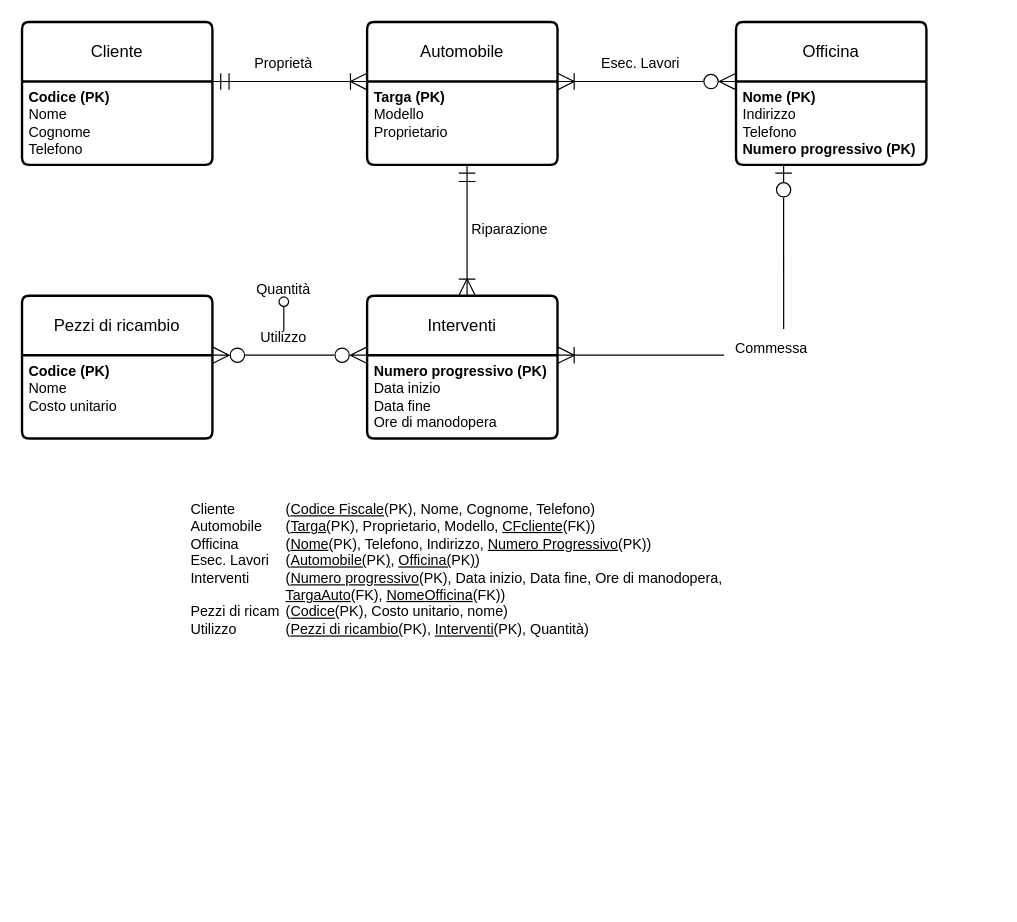
The draw.io diagram Draw.io/04-Officina.drawio in RossiAnto/Progetti-Quinta, before the edit. Source tidied: cells renumbered, new cells numbered last; positions are measured from the earlier drawing's top-left corner, leaving out a move shared by most shapes. Both pictures are drawn from the tidied source at 119%, with x=0, y=0 at pixel (21, 21).
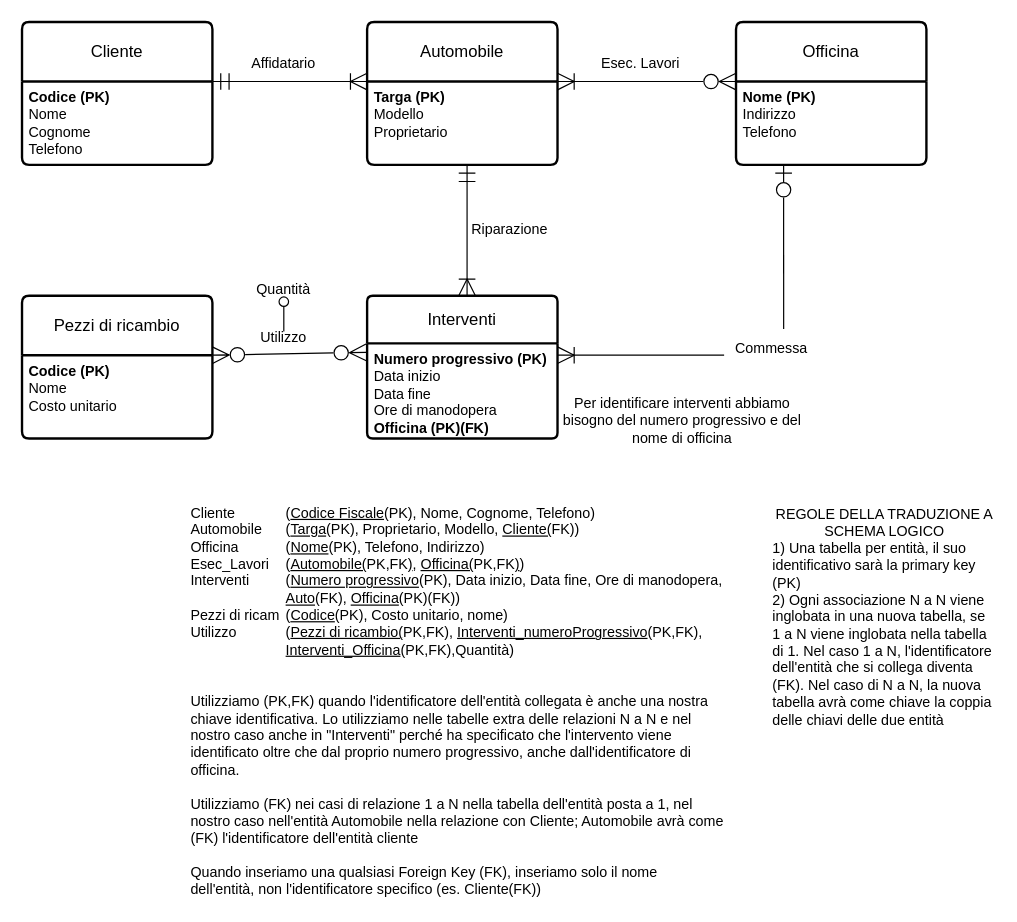
The same diagram, later.

Unchanged cells that the change refers to:
```xml
<mxCell id="8" value="Officina" style="swimlane;horizontal=1;startSize=50;rounded=1;fontSize=14;fontStyle=0;strokeWidth=2;shadow=0;dashed=0;align=center;arcSize=4;whiteSpace=wrap;html=1;" parent="1" vertex="1">
  <mxGeometry x="600" width="160" height="120" as="geometry" />
</mxCell>
```

Change to the diagram source:
```diff
@@
-    <mxCell id="7" value="Proprietà" style="text;html=1;align=center;verticalAlign=middle;whiteSpace=wrap;rounded=0;" parent="1" vertex="1">
+    <mxCell id="7" value="Affidatario" style="text;html=1;align=center;verticalAlign=middle;whiteSpace=wrap;rounded=0;" parent="1" vertex="1">
       <mxGeometry x="190" y="20" width="60" height="30" as="geometry" />
     </mxCell>
@@
-    <mxCell id="9" value="&lt;b&gt;Nome (PK)&lt;/b&gt;&lt;div&gt;Indirizzo&lt;/div&gt;&lt;div&gt;Telefono&lt;/div&gt;&lt;div&gt;&lt;b&gt;Numero progressivo (PK)&lt;/b&gt;&lt;/div&gt;" style="align=left;strokeColor=none;fillColor=none;spacingLeft=4;fontSize=12;verticalAlign=top;html=1;" parent="8" vertex="1">
+    <mxCell id="9" value="&lt;b&gt;Nome (PK)&lt;/b&gt;&lt;div&gt;Indirizzo&lt;/div&gt;&lt;div&gt;Telefono&lt;/div&gt;" style="align=left;strokeColor=none;fillColor=none;spacingLeft=4;fontSize=12;verticalAlign=top;html=1;" parent="8" vertex="1">
       <mxGeometry y="50" width="160" height="70" as="geometry" />
     </mxCell>
@@
-    <mxCell id="12" value="Interventi" style="swimlane;horizontal=1;startSize=50;rounded=1;fontSize=14;fontStyle=0;strokeWidth=2;shadow=0;dashed=0;align=center;arcSize=4;whiteSpace=wrap;html=1;" parent="1" vertex="1">
+    <mxCell id="12" value="Interventi" style="swimlane;horizontal=1;startSize=40;rounded=1;fontSize=14;fontStyle=0;strokeWidth=2;shadow=0;dashed=0;align=center;arcSize=4;whiteSpace=wrap;html=1;" parent="1" vertex="1">
       <mxGeometry x="290" y="230" width="160" height="120" as="geometry" />
     </mxCell>
-    <mxCell id="13" value="&lt;b&gt;Numero progressivo (PK)&lt;/b&gt;&lt;div&gt;Data inizio&lt;div&gt;Data fine&lt;/div&gt;&lt;div&gt;Ore di manodopera&lt;/div&gt;&lt;/div&gt;" style="align=left;strokeColor=none;fillColor=none;spacingLeft=4;fontSize=12;verticalAlign=top;html=1;" parent="12" vertex="1">
-      <mxGeometry y="50" width="160" height="70" as="geometry" />
+    <mxCell id="13" value="&lt;b&gt;Numero progressivo (PK)&lt;/b&gt;&lt;div&gt;Data inizio&lt;div&gt;Data fine&lt;/div&gt;&lt;div&gt;Ore di manodopera&lt;/div&gt;&lt;/div&gt;&lt;div&gt;&lt;b&gt;Officina (PK)(FK)&lt;/b&gt;&lt;/div&gt;" style="align=left;strokeColor=none;fillColor=none;spacingLeft=4;fontSize=12;verticalAlign=top;html=1;" parent="12" vertex="1">
+      <mxGeometry y="40" width="160" height="80" as="geometry" />
     </mxCell>
@@
-    <mxCell id="18" style="endArrow=ERzeroToMany;html=1;rounded=0;entryX=0;entryY=0;entryDx=0;entryDy=0;endSize=12;startSize=12;startArrow=ERzeroToMany;startFill=0;endFill=0;" parent="1" edge="1" target="13">
+    <mxCell id="18" style="endArrow=ERzeroToMany;html=1;rounded=0;entryX=-0.005;entryY=0.095;entryDx=0;entryDy=0;endSize=12;startSize=12;startArrow=ERzeroToMany;startFill=0;endFill=0;entryPerimeter=0;" parent="1" edge="1" target="13">
       <mxGeometry relative="1" as="geometry">
         <mxPoint x="160" y="280" as="sourcePoint" />
       </mxGeometry>
     </mxCell>
@@
-    <mxCell id="25" value="Cliente &lt;span style=&quot;white-space: pre;&quot;&gt;&#9;&lt;span style=&quot;white-space: pre;&quot;&gt;&#9;&lt;/span&gt;&lt;/span&gt;(&lt;u&gt;Codice Fiscale&lt;/u&gt;(PK), Nome, Cognome, Telefono)&lt;div&gt;Automobile &lt;span style=&quot;white-space: pre;&quot;&gt;&#9;&lt;/span&gt;(&lt;u&gt;Targa&lt;/u&gt;(PK), Proprietario, Modello, &lt;u&gt;CFcliente&lt;/u&gt;(FK))&lt;/div&gt;&lt;div&gt;Officina &lt;span style=&quot;white-space: pre;&quot;&gt;&#9;&lt;/span&gt;&lt;span style=&quot;white-space: pre;&quot;&gt;&#9;&lt;/span&gt;(&lt;u&gt;Nome&lt;/u&gt;(PK), Telefono, Indirizzo, &lt;u&gt;Numero Progressivo&lt;/u&gt;(PK))&lt;/div&gt;&lt;div&gt;Esec. Lavori &lt;span style=&quot;white-space: pre;&quot;&gt;&#9;&lt;/span&gt;(&lt;u&gt;Automobile(&lt;/u&gt;PK&lt;u&gt;)&lt;/u&gt;, &lt;u&gt;Officina(&lt;/u&gt;PK&lt;u&gt;)&lt;/u&gt;)&lt;/div&gt;&lt;div&gt;Interventi &lt;span style=&quot;white-space: pre;&quot;&gt;&#9;&lt;/span&gt;(&lt;u&gt;Numero progressivo&lt;/u&gt;(PK), Data inizio, Data fine, Ore di manodopera, &lt;span style=&quot;white-space: pre;&quot;&gt;&#9;&lt;/span&gt;&lt;span style=&quot;white-space: pre;&quot;&gt;&#9;&lt;/span&gt;&lt;span style=&quot;white-space: pre;&quot;&gt;&#9;&lt;/span&gt;&lt;u&gt;TargaAuto&lt;/u&gt;(FK), &lt;u&gt;NomeOfficina&lt;/u&gt;(FK))&lt;/div&gt;&lt;div&gt;Pezzi di ricam&lt;span style=&quot;white-space: pre;&quot;&gt;&#9;&lt;/span&gt;(&lt;u&gt;Codice&lt;/u&gt;(PK), Costo unitario, nome)&lt;span style=&quot;white-space: pre;&quot;&gt;&lt;/span&gt;&lt;/div&gt;&lt;div&gt;Utilizzo&lt;span style=&quot;white-space: pre;&quot;&gt;&#9;&lt;/span&gt;&lt;span style=&quot;white-space: pre;&quot;&gt;&#9;&lt;/span&gt;(&lt;u&gt;Pezzi di ricambio(&lt;/u&gt;PK), &lt;u&gt;Interventi&lt;/u&gt;(PK), Quantità)&lt;/div&gt;" style="text;html=1;align=left;verticalAlign=middle;whiteSpace=wrap;rounded=0;" parent="1" vertex="1">
-      <mxGeometry x="140" y="400" width="450" height="120" as="geometry" />
+    <mxCell id="25" value="Cliente &lt;span style=&quot;white-space: pre;&quot;&gt;&#9;&lt;span style=&quot;white-space: pre;&quot;&gt;&#9;&lt;/span&gt;&lt;/span&gt;(&lt;u&gt;Codice Fiscale&lt;/u&gt;(PK), Nome, Cognome, Telefono)&lt;div&gt;Automobile &lt;span style=&quot;white-space: pre;&quot;&gt;&#9;&lt;/span&gt;(&lt;u&gt;Targa&lt;/u&gt;(PK), Proprietario, Modello, &lt;u&gt;Cliente(&lt;/u&gt;FK))&lt;/div&gt;&lt;div&gt;Officina &lt;span style=&quot;white-space: pre;&quot;&gt;&#9;&lt;/span&gt;&lt;span style=&quot;white-space: pre;&quot;&gt;&#9;&lt;/span&gt;(&lt;u&gt;Nome&lt;/u&gt;(PK), Telefono, Indirizzo)&lt;/div&gt;&lt;div&gt;Esec_Lavori &lt;span style=&quot;white-space: pre;&quot;&gt;&#9;&lt;/span&gt;(&lt;u&gt;Automobile(&lt;/u&gt;PK,FK&lt;u&gt;)&lt;/u&gt;, &lt;u&gt;Officina(&lt;/u&gt;PK,FK&lt;u&gt;)&lt;/u&gt;)&lt;/div&gt;&lt;div&gt;Interventi &lt;span style=&quot;white-space: pre;&quot;&gt;&#9;&lt;/span&gt;(&lt;u&gt;Numero progressivo&lt;/u&gt;(PK), Data inizio, Data fine, Ore di manodopera, &lt;span style=&quot;white-space: pre;&quot;&gt;&#9;&lt;/span&gt;&lt;span style=&quot;white-space: pre;&quot;&gt;&#9;&lt;/span&gt;&lt;span style=&quot;white-space: pre;&quot;&gt;&#9;&lt;/span&gt;&lt;u&gt;Auto&lt;/u&gt;(FK), &lt;u&gt;Officina&lt;/u&gt;(PK)(FK))&lt;/div&gt;&lt;div&gt;Pezzi di ricam&lt;span style=&quot;white-space: pre;&quot;&gt;&#9;&lt;/span&gt;(&lt;u&gt;Codice&lt;/u&gt;(PK), Costo unitario, nome)&lt;span style=&quot;white-space: pre;&quot;&gt;&lt;/span&gt;&lt;/div&gt;&lt;div&gt;Utilizzo&lt;span style=&quot;white-space: pre;&quot;&gt;&#9;&lt;/span&gt;&lt;span style=&quot;white-space: pre;&quot;&gt;&#9;&lt;/span&gt;(&lt;u&gt;Pezzi di ricambio(&lt;/u&gt;PK,FK), &lt;u&gt;Interventi_numeroProgressivo&lt;/u&gt;(PK,FK),&lt;/div&gt;&lt;div&gt;&lt;span style=&quot;white-space: pre;&quot;&gt;&#9;&lt;/span&gt;&lt;span style=&quot;white-space: pre;&quot;&gt;&#9;&lt;/span&gt;&lt;span style=&quot;white-space: pre;&quot;&gt;&#9;&lt;/span&gt;&lt;u&gt;Interventi_Officina&lt;/u&gt;(PK,FK),Quantità)&lt;/div&gt;" style="text;html=1;align=left;verticalAlign=middle;whiteSpace=wrap;rounded=0;" parent="1" vertex="1">
+      <mxGeometry x="140" y="400" width="450" height="140" as="geometry" />
     </mxCell>
+    <mxCell id="26" value="Per identificare interventi abbiamo bisogno del numero progressivo e del nome di officina" style="text;html=1;align=center;verticalAlign=middle;whiteSpace=wrap;rounded=0;" parent="1" vertex="1">
+      <mxGeometry x="450" y="310" width="210" height="50" as="geometry" />
+    </mxCell>
+    <mxCell id="27" value="&lt;div style=&quot;&quot;&gt;&lt;span style=&quot;background-color: initial;&quot;&gt;REGOLE DELLA TRADUZIONE A SCHEMA LOGICO&lt;/span&gt;&lt;/div&gt;&lt;div style=&quot;text-align: left;&quot;&gt;&lt;span style=&quot;background-color: initial;&quot;&gt;1) Una tabella per entità, il suo identificativo sarà la primary key (PK)&lt;/span&gt;&lt;/div&gt;&lt;div style=&quot;text-align: left;&quot;&gt;2) Ogni associazione N a N viene inglobata in una nuova tabella, se 1 a N viene inglobata nella tabella di 1. Nel caso 1 a N, l'identificatore dell'entità che si collega diventa (FK). Nel caso di N a N, la nuova tabella avrà come chiave la coppia delle chiavi delle due entità&lt;/div&gt;" style="text;html=1;align=center;verticalAlign=middle;whiteSpace=wrap;rounded=0;" parent="1" vertex="1">
+      <mxGeometry x="630" y="400" width="190" height="200" as="geometry" />
+    </mxCell>
+    <mxCell id="28" value="Utilizziamo (PK,FK) quando l'identificatore dell'entità collegata è anche una nostra chiave identificativa. Lo utilizziamo nelle tabelle extra delle relazioni N a N e nel nostro caso anche in &quot;Interventi&quot; perché ha specificato che l'intervento viene identificato oltre che dal proprio numero progressivo, anche dall'identificatore di officina.&lt;div&gt;&lt;br&gt;&lt;div&gt;Utilizziamo (FK) nei casi di relazione 1 a N nella tabella dell'entità posta a 1, nel nostro caso nell'entità Automobile nella relazione con Cliente; Automobile avrà come (FK) l'identificatore dell'entità cliente&lt;/div&gt;&lt;div&gt;&lt;br&gt;&lt;/div&gt;&lt;div&gt;Quando inseriamo una qualsiasi Foreign Key (FK), inseriamo solo il nome dell'entità, non l'identificatore specifico (es. Cliente(FK))&lt;/div&gt;&lt;/div&gt;" style="text;html=1;align=left;verticalAlign=middle;whiteSpace=wrap;rounded=0;" parent="1" vertex="1">
+      <mxGeometry x="140" y="560" width="450" height="180" as="geometry" />
+    </mxCell>
```
